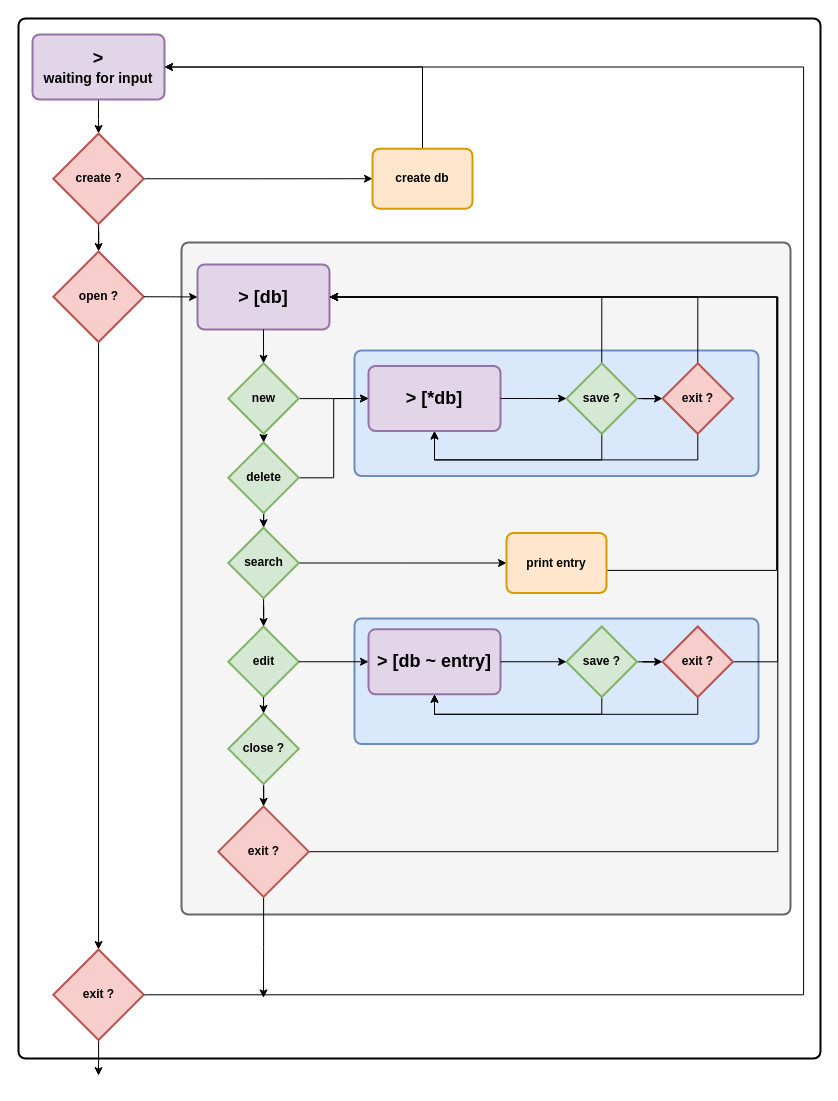
Above: doc/diagram/0x41sh.drawio in Super-Botman/pwnman (draw.io), before the change. Source tidied: cells renumbered, new cells numbered last; positions are measured from the earlier drawing's top-left corner, leaving out a move shared by most shapes. Both pictures are drawn from the tidied source at 100%, with x=0, y=0 at pixel (18, 18).
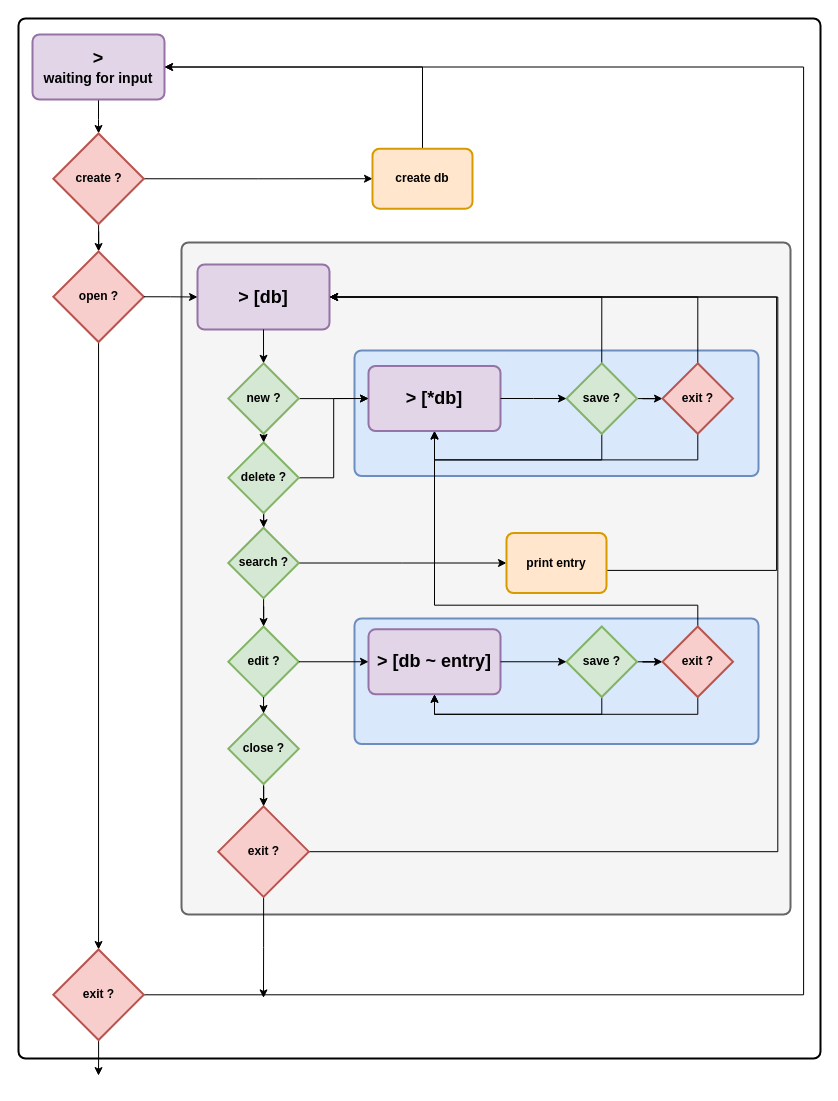
The same diagram, later.

Unchanged cells that the change refers to:
```xml
<mxCell id="13" value="&lt;div&gt;&lt;font style=&quot;font-size: 18px;&quot;&gt;&lt;b&gt;&amp;gt; [db]&lt;/b&gt;&lt;/font&gt;&lt;/div&gt;" style="rounded=1;whiteSpace=wrap;html=1;absoluteArcSize=1;arcSize=14;strokeWidth=2;fillColor=#e1d5e7;strokeColor=#9673a6;" parent="1" vertex="1">
  <mxGeometry x="179" y="246" width="132" height="65" as="geometry" />
</mxCell>
<mxCell id="23" value="&lt;div&gt;&lt;font style=&quot;font-size: 18px;&quot;&gt;&lt;b&gt;&amp;gt; [*db]&lt;/b&gt;&lt;/font&gt;&lt;/div&gt;" style="rounded=1;whiteSpace=wrap;html=1;absoluteArcSize=1;arcSize=14;strokeWidth=2;fillColor=#e1d5e7;strokeColor=#9673a6;" parent="1" vertex="1">
  <mxGeometry x="350" y="347.5" width="132" height="65" as="geometry" />
</mxCell>
<mxCell id="52" value="exit ?" style="strokeWidth=2;html=1;shape=mxgraph.flowchart.decision;whiteSpace=wrap;fontStyle=1;fillColor=#f8cecc;strokeColor=#b85450;" parent="1" vertex="1">
  <mxGeometry x="644" y="608" width="70.5" height="70.5" as="geometry" />
</mxCell>
```

Change to the diagram source:
```diff
@@
-    <mxCell id="14" value="edit" style="strokeWidth=2;html=1;shape=mxgraph.flowchart.decision;whiteSpace=wrap;fontStyle=1;fillColor=#d5e8d4;strokeColor=#82b366;" parent="1" vertex="1">
+    <mxCell id="14" value="edit ?" style="strokeWidth=2;html=1;shape=mxgraph.flowchart.decision;whiteSpace=wrap;fontStyle=1;fillColor=#d5e8d4;strokeColor=#82b366;" parent="1" vertex="1">
       <mxGeometry x="209.8" y="608" width="70.5" height="70.5" as="geometry" />
     </mxCell>
@@
-    <mxCell id="28" value="new" style="strokeWidth=2;html=1;shape=mxgraph.flowchart.decision;whiteSpace=wrap;fontStyle=1;fillColor=#d5e8d4;strokeColor=#82b366;" parent="1" vertex="1">
+    <mxCell id="28" value="new ?" style="strokeWidth=2;html=1;shape=mxgraph.flowchart.decision;whiteSpace=wrap;fontStyle=1;fillColor=#d5e8d4;strokeColor=#82b366;" parent="1" vertex="1">
       <mxGeometry x="209.8" y="344.8" width="70.5" height="70.5" as="geometry" />
     </mxCell>
@@
-    <mxCell id="32" value="delete" style="strokeWidth=2;html=1;shape=mxgraph.flowchart.decision;whiteSpace=wrap;fontStyle=1;fillColor=#d5e8d4;strokeColor=#82b366;" parent="1" vertex="1">
+    <mxCell id="32" value="delete ?" style="strokeWidth=2;html=1;shape=mxgraph.flowchart.decision;whiteSpace=wrap;fontStyle=1;fillColor=#d5e8d4;strokeColor=#82b366;" parent="1" vertex="1">
       <mxGeometry x="209.8" y="424" width="70.5" height="70.5" as="geometry" />
     </mxCell>
@@
-    <mxCell id="35" value="search" style="strokeWidth=2;html=1;shape=mxgraph.flowchart.decision;whiteSpace=wrap;fontStyle=1;fillColor=#d5e8d4;strokeColor=#82b366;" parent="1" vertex="1">
+    <mxCell id="35" value="search ?" style="strokeWidth=2;html=1;shape=mxgraph.flowchart.decision;whiteSpace=wrap;fontStyle=1;fillColor=#d5e8d4;strokeColor=#82b366;" parent="1" vertex="1">
       <mxGeometry x="209.8" y="509.2" width="70.5" height="70.5" as="geometry" />
     </mxCell>
@@
-    <mxCell id="51" style="edgeStyle=orthogonalEdgeStyle;rounded=0;jettySize=auto;html=1;entryX=1;entryY=0.5;entryDx=0;entryDy=0;" parent="1" edge="1" source="52" target="13">
-      <mxGeometry relative="1" as="geometry">
-        <Array as="points">
-          <mxPoint x="759.1" y="643.2" />
-          <mxPoint x="759.1" y="278.5" />
-        </Array>
-      </mxGeometry>
-    </mxCell>
+    <mxCell id="57" style="edgeStyle=orthogonalEdgeStyle;rounded=0;jettySize=auto;html=1;" parent="1" edge="1" source="52" target="23">
+      <mxGeometry relative="1" as="geometry">
+        <Array as="points">
+          <mxPoint x="679.2" y="586.7" />
+          <mxPoint x="416" y="586.7" />
+        </Array>
+      </mxGeometry>
+    </mxCell>
```
